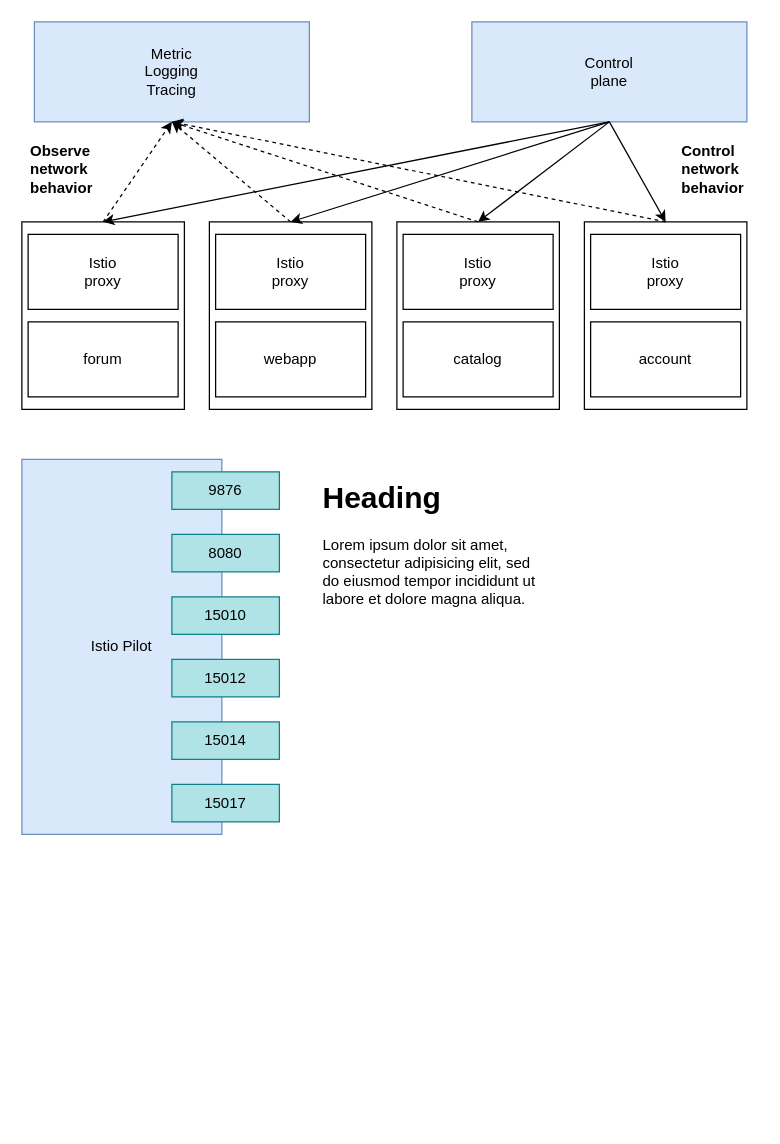
Earlier version of the draw.io diagram 제목 없는 다이어그램.drawio (bsjjim/test). Source tidied: cells renumbered, new cells numbered last; positions are measured from the earlier drawing's top-left corner, leaving out a move shared by most shapes. Both pictures are drawn from the tidied source at 125%, with x=0, y=0 at pixel (21, 21).
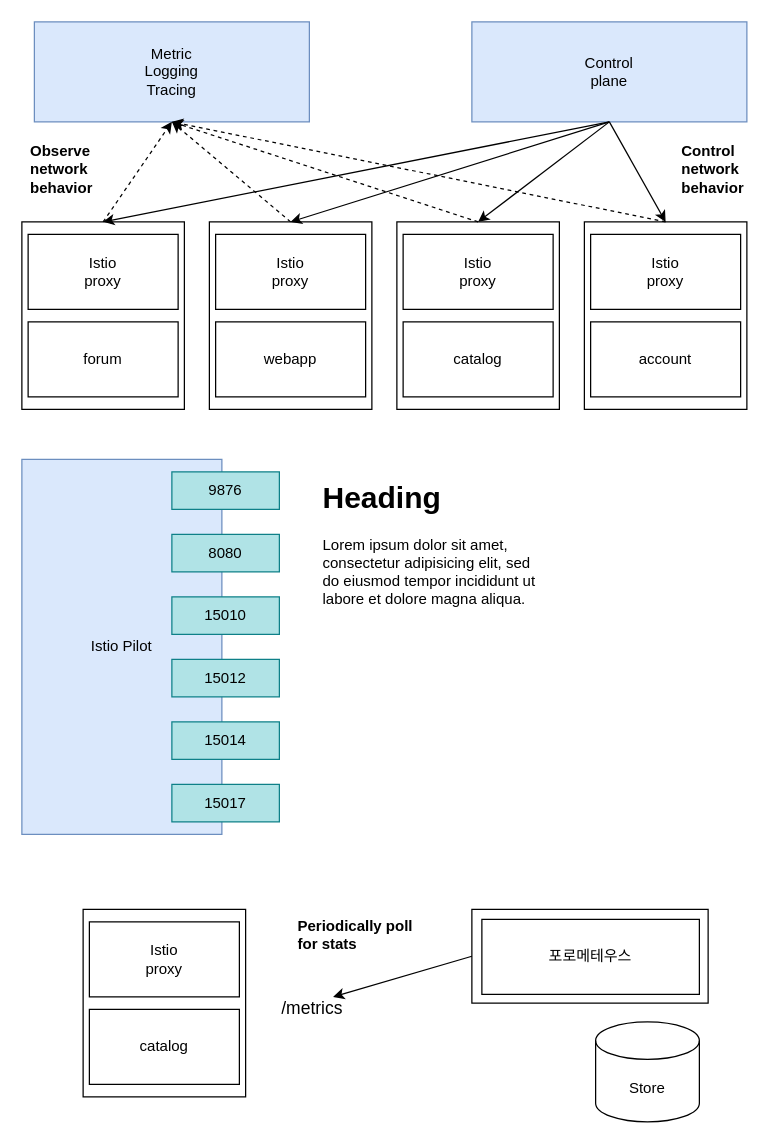
The same diagram, later.

Commit message:
제목 없는 다이어그램.drawio 업데이트

What changed in the source:
```diff
@@
+    <mxCell id="34" style="rounded=0;whiteSpace=wrap;html=1;" parent="1" vertex="1">
+      <mxGeometry x="49" y="710" width="130" height="150" as="geometry" />
+    </mxCell>
+    <mxCell id="35" value="Istio&lt;div&gt;proxy&lt;/div&gt;" style="rounded=0;whiteSpace=wrap;html=1;" parent="1" vertex="1">
+      <mxGeometry x="54" y="720" width="120" height="60" as="geometry" />
+    </mxCell>
+    <mxCell id="36" value="catalog" style="rounded=0;whiteSpace=wrap;html=1;" parent="1" vertex="1">
+      <mxGeometry x="54" y="790" width="120" height="60" as="geometry" />
+    </mxCell>
+    <mxCell id="37" value="&lt;b&gt;Periodically poll&lt;/b&gt;&lt;div&gt;&lt;b&gt;for stats&lt;/b&gt;&lt;/div&gt;" style="text;html=1;whiteSpace=wrap;overflow=hidden;rounded=0;" parent="1" vertex="1">
+      <mxGeometry x="219" y="710" width="110" height="40" as="geometry" />
+    </mxCell>
+    <mxCell id="38" style="rounded=0;whiteSpace=wrap;html=1;" parent="1" vertex="1">
+      <mxGeometry x="360" y="710" width="189" height="75" as="geometry" />
+    </mxCell>
+    <mxCell id="39" value="포로메테우스" style="rounded=0;whiteSpace=wrap;html=1;" parent="1" vertex="1">
+      <mxGeometry x="368" y="718" width="174" height="60" as="geometry" />
+    </mxCell>
+    <mxCell id="40" style="endArrow=classic;html=1;rounded=0;exitX=0;exitY=0.5;exitDx=0;exitDy=0;" parent="1" edge="1" source="38">
+      <mxGeometry relative="1" as="geometry">
+        <mxPoint x="249" y="780" as="targetPoint" />
+      </mxGeometry>
+    </mxCell>
+    <mxCell id="41" value="Store" style="shape=cylinder3;whiteSpace=wrap;html=1;boundedLbl=1;backgroundOutline=1;size=15;" parent="1" vertex="1">
+      <mxGeometry x="459" y="800" width="83" height="80" as="geometry" />
+    </mxCell>
+    <mxCell id="42" value="&lt;h1 style=&quot;margin-top: 0px;&quot;&gt;&lt;span style=&quot;font-weight: normal;&quot;&gt;&lt;font style=&quot;font-size: 14px;&quot;&gt;/metrics&lt;/font&gt;&lt;/span&gt;&lt;/h1&gt;" style="text;html=1;whiteSpace=wrap;overflow=hidden;rounded=0;" parent="1" vertex="1">
+      <mxGeometry x="206" y="765" width="80" height="40" as="geometry" />
+    </mxCell>
```
